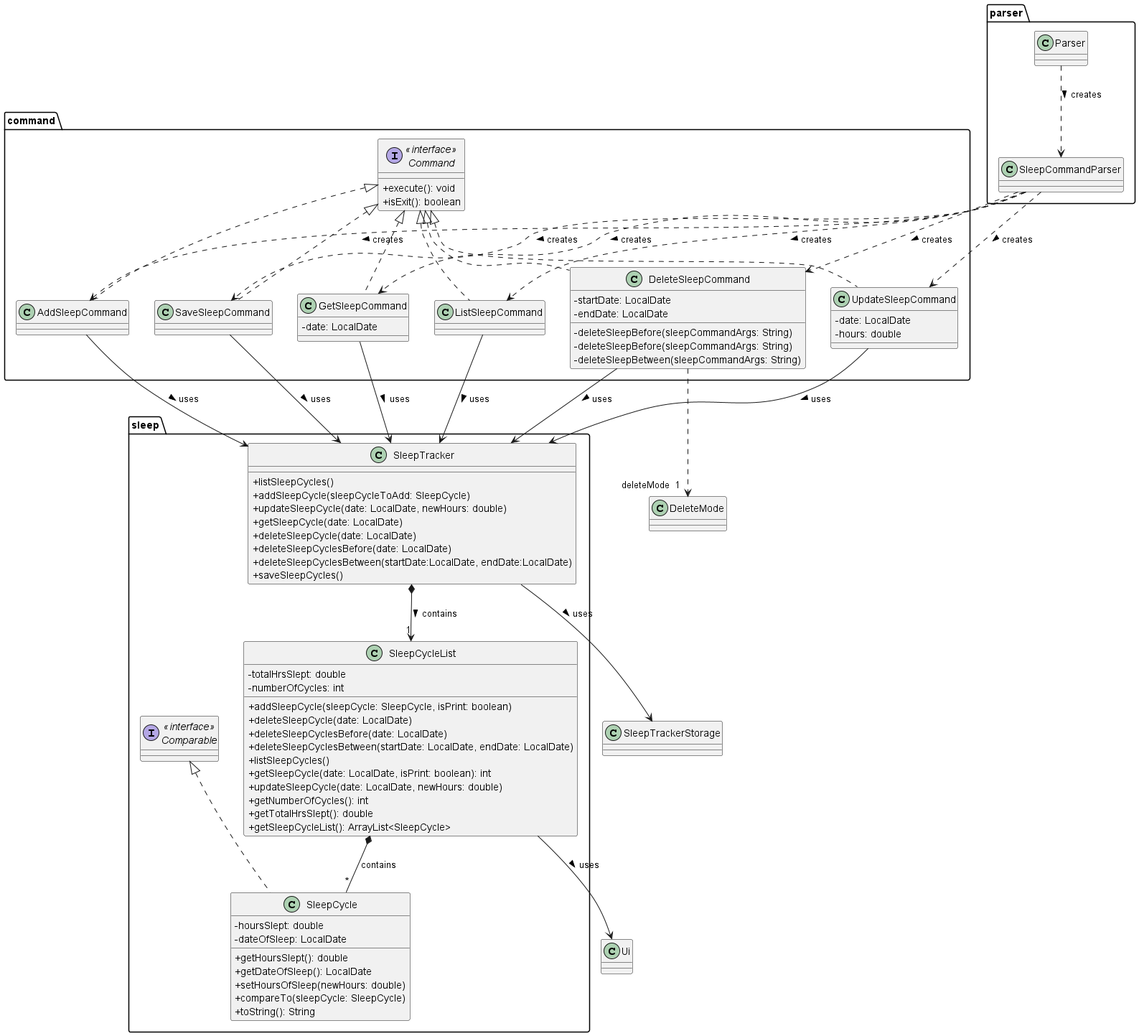
The PlantUML diagram docs/diagrams/sleep/SleepDiagram.png in AY2324S2-CS2113-T11-1/tp, before a commit.
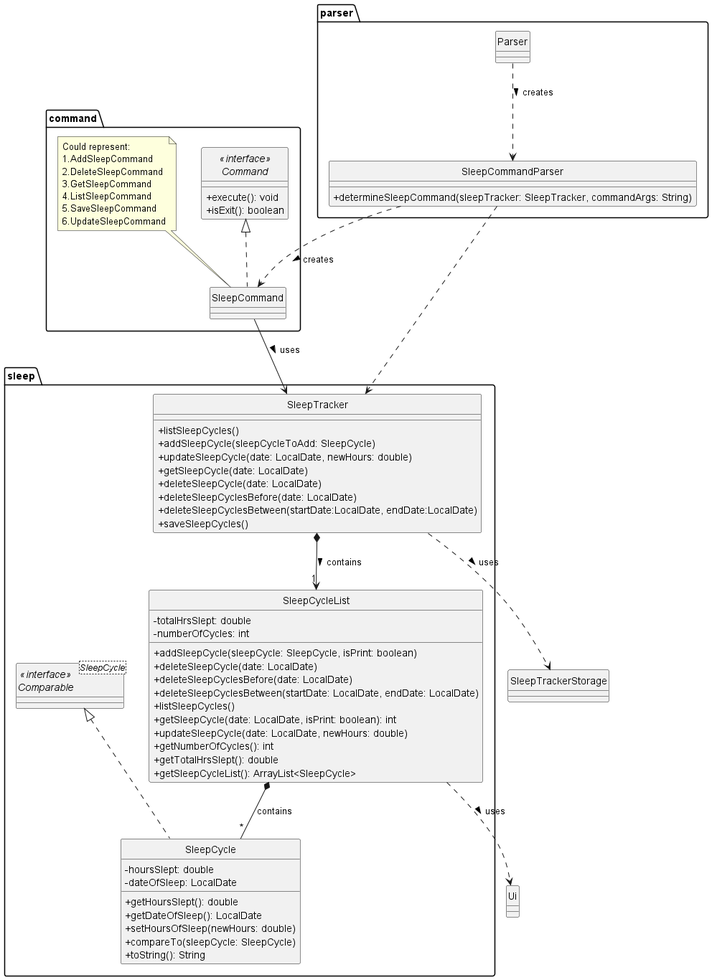
The same file after the commit.

Commit message:
Add Sleep Help feature

What changed in the source:
```diff
@@ -1,9 +1,12 @@
 @startuml
 
 skinparam classAttributeIconSize 0
+hide circle
 
 package parser {
     class SleepCommandParser {
+
+    +determineSleepCommand(sleepTracker: SleepTracker, commandArgs: String)
     }
 
     class Parser {
@@ -16,39 +19,18 @@
                 + isExit(): boolean
     }
 
-    class AddSleepCommand implements Command {
+    class SleepCommand implements Command {
     }
+    note top of SleepCommand: Could represent: \n1.AddSleepCommand \n2.DeleteSleepCommand \n3.GetSleepCommand \n4.ListSleepCommand \n5.SaveSleepCommand \n6.UpdateSleepCommand
 
-    class DeleteSleepCommand implements Command {
-        - startDate: LocalDate
-        - endDate: LocalDate
 
-        - deleteSleepBefore(sleepCommandArgs: String)
-        - deleteSleepBefore(sleepCommandArgs: String)
-        - deleteSleepBetween(sleepCommandArgs: String)
-    }
-
-    class GetSleepCommand implements Command {
-        -  date: LocalDate
-    }
-
-    class ListSleepCommand implements Command {
-    }
-
-    class SaveSleepCommand implements Command {
-    }
-
-    class UpdateSleepCommand implements Command {
-        - date: LocalDate
-        - hours: double
-    }
 }
 
 package sleep {
-    interface "<<interface>>\nComparable" as Comparable {
+    interface "<<interface>>\nComparable" as Comparable<SleepCycle> {
     }
 
-    class SleepCycle implements Comparable{
+    class SleepCycle implements Comparable {
         - hoursSlept: double
         - dateOfSleep: LocalDate
 
@@ -97,25 +79,15 @@
 
 Parser ..> SleepCommandParser: creates >
 
-SleepCommandParser .DOWN.> AddSleepCommand : creates >
-SleepCommandParser .DOWN.> DeleteSleepCommand : creates >
-SleepCommandParser .DOWN.> ListSleepCommand : creates >
-SleepCommandParser .DOWN.> SaveSleepCommand : creates >
-SleepCommandParser .DOWN.> UpdateSleepCommand : creates >
-SleepCommandParser .DOWN.> GetSleepCommand : creates >
+SleepCommandParser .DOWN.> SleepCommand : creates >
+SleepCommandParser ..> SleepTracker
 
-AddSleepCommand --> SleepTracker : uses >
-DeleteSleepCommand --> SleepTracker : uses >
-DeleteSleepCommand ..> "deleteMode  1" DeleteMode
-GetSleepCommand --> SleepTracker : uses >
-ListSleepCommand --> SleepTracker : uses >
-SaveSleepCommand --> SleepTracker : uses >
-UpdateSleepCommand --> SleepTracker : uses >
+SleepCommand --> SleepTracker : uses >
 
 
-SleepCycleList --> Ui : uses >
+SleepCycleList ..> Ui : uses >
 SleepTracker *--> "1" SleepCycleList: contains >
-SleepTracker --> SleepTrackerStorage : uses >
+SleepTracker ..> SleepTrackerStorage : uses >
 
 SleepCycleList *-- "*" SleepCycle : contains
 
```
